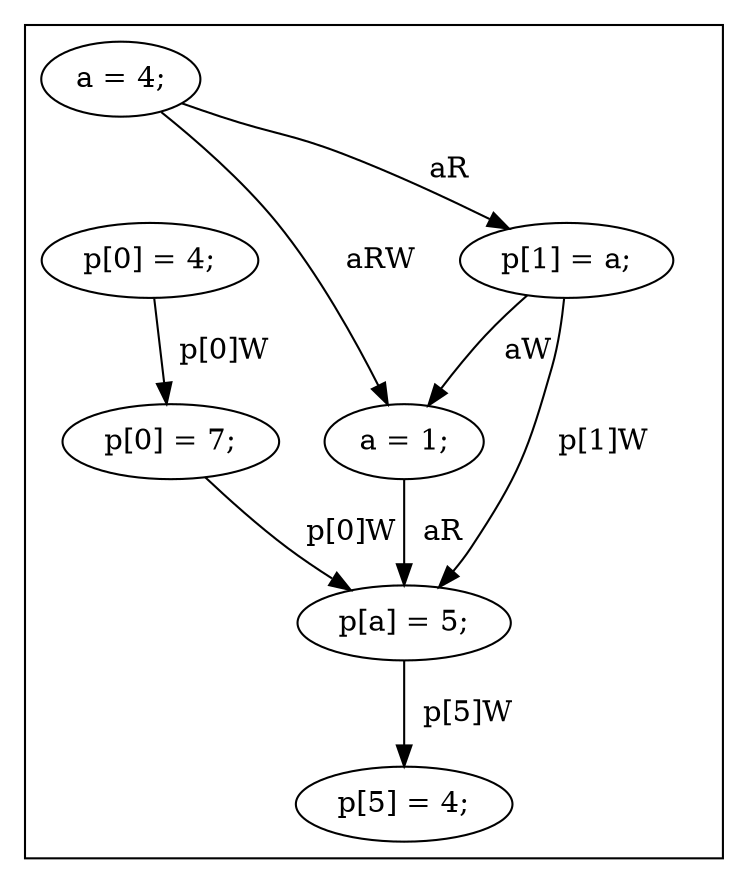
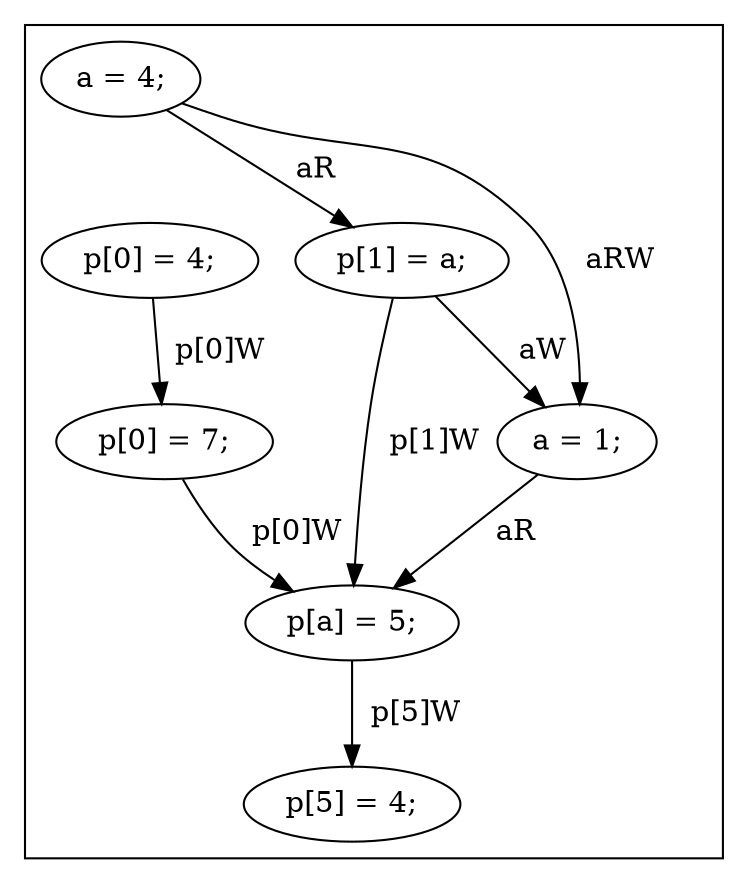
digraph G {
subgraph cluster_f0 {
    invisibleNodeScope_0 [style=invis];
    0 [label="a = 4;"];
+     1 [label="p[0] = 4;"];
+     2 [label="p[0] = 7;"];
+     3 [label="p[1] = a;"];
+     4 [label="a = 1;"];
+     5 [label="p[a] = 5;"];
+     6 [label="p[5] = 4;"];
+ }
    0 -> 4[label="  aRW"];
    0 -> 3[label="  aR"];
-     1 [label="p[0] = 4;"];
    1 -> 2[label="  p[0]W"];
-     2 [label="p[0] = 7;"];
    2 -> 5[label="  p[0]W"];
-     3 [label="p[1] = a;"];
    3 -> 5[label="  p[1]W"];
    3 -> 4[label="  aW"];
-     4 [label="a = 1;"];
    4 -> 5[label="  aR"];
-     5 [label="p[a] = 5;"];
    5 -> 6[label="  p[5]W"];
-     6 [label="p[5] = 4;"];
}
- }
